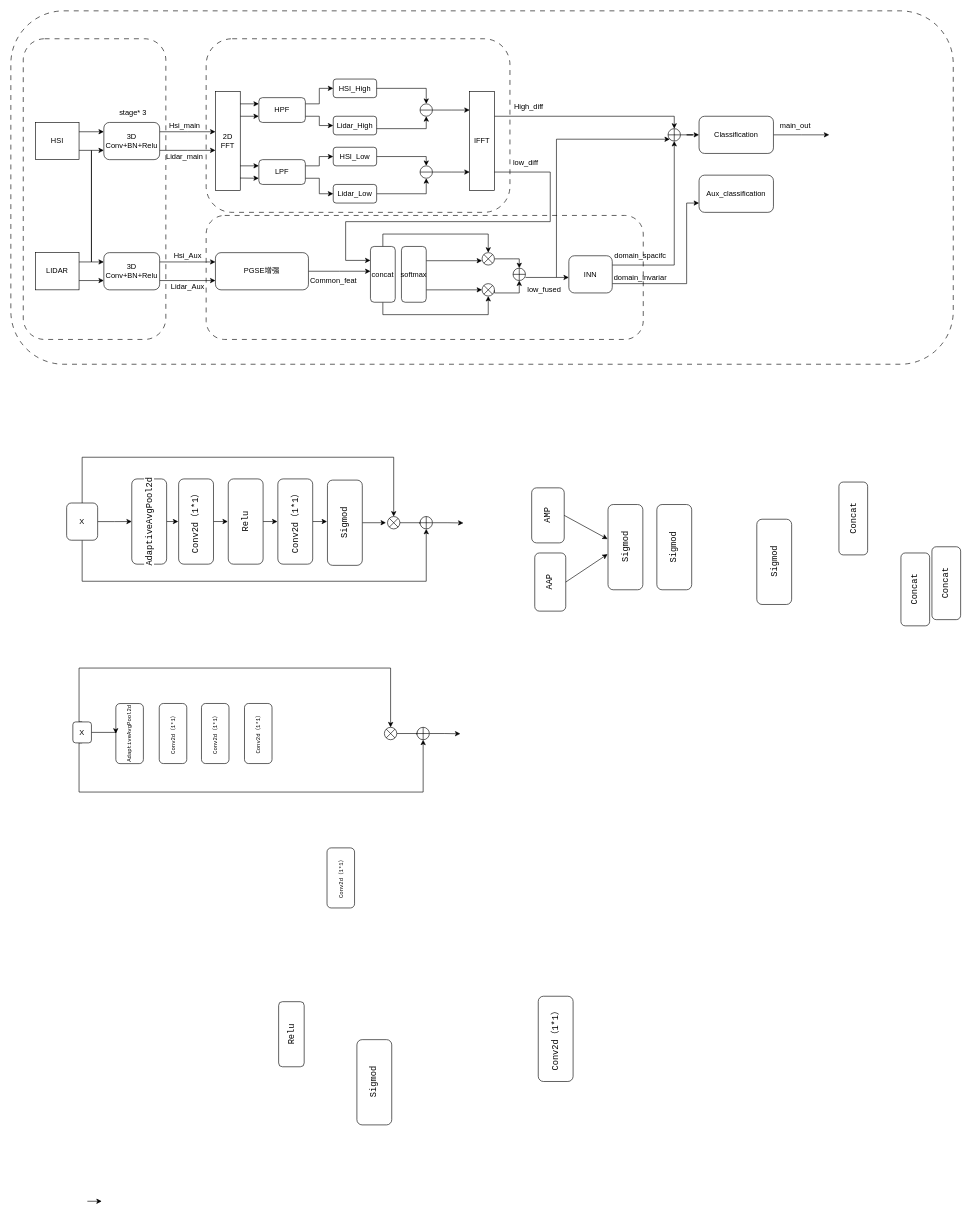
The draw.io diagram 草图.drawio in Liaoshiyao-jm/model_photoes, before the edit. Source tidied: cells renumbered, new cells numbered last; positions are measured from the earlier drawing's top-left corner, leaving out a move shared by most shapes. Both pictures are drawn from the tidied source at 62%, with x=0, y=0 at pixel (11, 11).
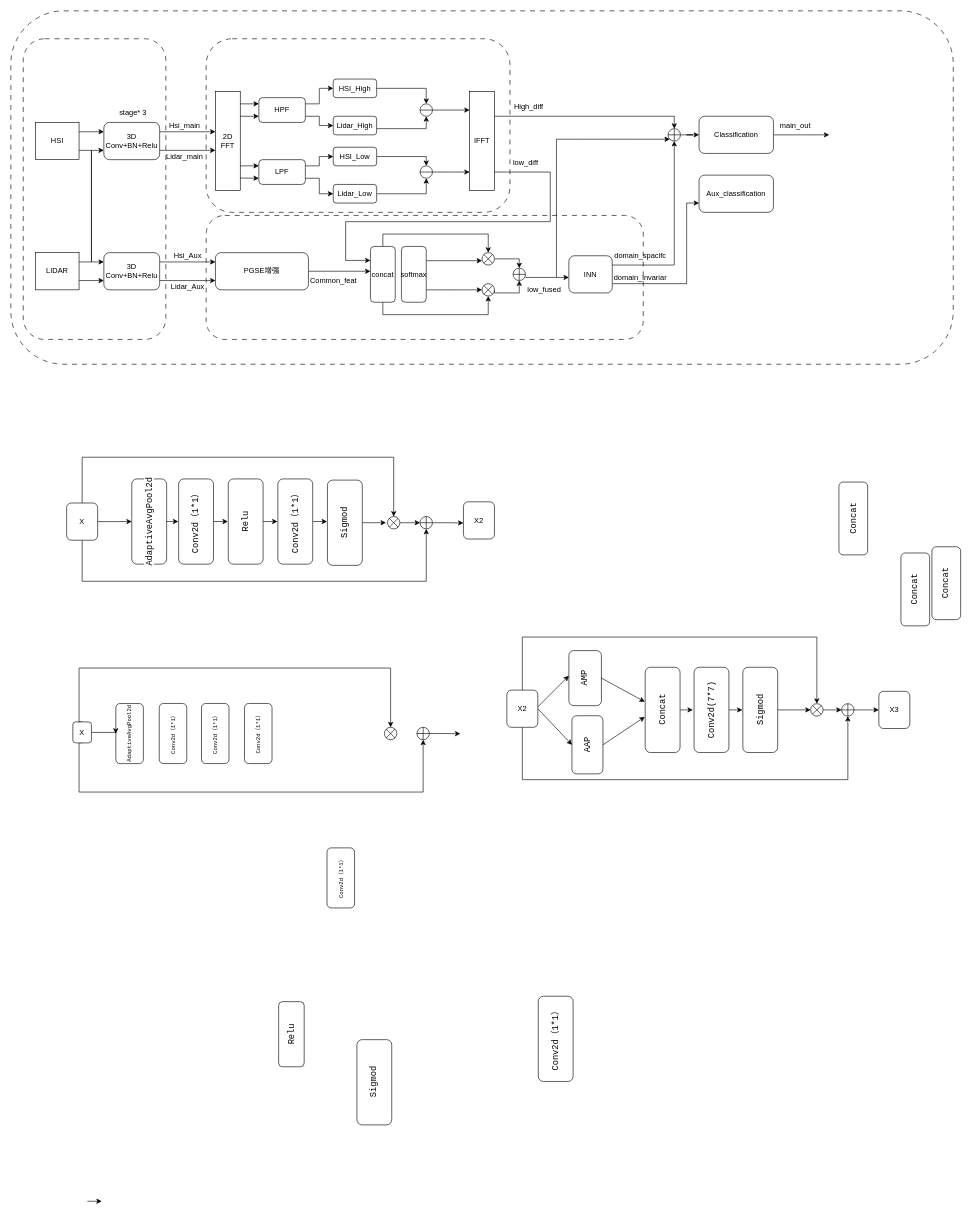
Above is the later version.

The change refers to these unchanged cells:
```xml
<mxCell id="95" style="shape=sumEllipse;perimeter=ellipsePerimeter;whiteSpace=wrap;html=1;backgroundOutline=1;rounded=1;glass=0;strokeColor=default;align=center;verticalAlign=middle;fontFamily=Helvetica;fontSize=12;fontColor=default;fillColor=default;" parent="1" vertex="1">
  <mxGeometry x="607.5" y="815.6" width="20" height="20" as="geometry" />
</mxCell>
<mxCell id="97" style="shape=orEllipse;perimeter=ellipsePerimeter;whiteSpace=wrap;html=1;backgroundOutline=1;rounded=1;glass=0;strokeColor=default;align=center;verticalAlign=middle;fontFamily=Helvetica;fontSize=12;fontColor=default;fillColor=default;" parent="1" vertex="1">
  <mxGeometry x="660" y="815.6" width="20" height="20" as="geometry" />
</mxCell>
<mxCell id="108" style="shape=sumEllipse;perimeter=ellipsePerimeter;whiteSpace=wrap;html=1;backgroundOutline=1;rounded=1;glass=0;strokeColor=default;align=center;verticalAlign=middle;fontFamily=Helvetica;fontSize=12;fontColor=default;fillColor=default;" parent="1" vertex="1">
  <mxGeometry x="602.5" y="1155.6" width="20" height="20" as="geometry" />
</mxCell>
```

Diff of the diagram source:
```diff
@@
+    <mxCell id="110" style="shape=orEllipse;perimeter=ellipsePerimeter;whiteSpace=wrap;html=1;backgroundOutline=1;rounded=1;glass=0;strokeColor=default;align=center;verticalAlign=middle;fontFamily=Helvetica;fontSize=12;fontColor=default;fillColor=default;" parent="1" vertex="1">
+      <mxGeometry x="655" y="1155.6" width="20" height="20" as="geometry" />
+    </mxCell>
@@
-    <mxCell id="94" style="edgeStyle=orthogonalEdgeStyle;rounded=0;jettySize=auto;html=1;exitX=1;exitY=0.5;exitDx=0;exitDy=0;entryX=0;entryY=0;entryDx=0;entryDy=0;fontFamily=Helvetica;fontSize=12;fontColor=default;" parent="1" edge="1" source="95" target="97">
+    <mxCell id="94" style="edgeStyle=orthogonalEdgeStyle;rounded=0;jettySize=auto;html=1;exitX=1;exitY=0.5;exitDx=0;exitDy=0;entryX=0;entryY=0.5;entryDx=0;entryDy=0;fontFamily=Helvetica;fontSize=12;fontColor=default;" parent="1" edge="1" source="95" target="97">
       <mxGeometry relative="1" as="geometry" />
     </mxCell>
@@
-    <mxCell id="107" style="edgeStyle=orthogonalEdgeStyle;rounded=0;jettySize=auto;html=1;exitX=1;exitY=0.5;exitDx=0;exitDy=0;entryX=0;entryY=0;entryDx=0;entryDy=0;fontFamily=Helvetica;fontSize=12;fontColor=default;" parent="1" edge="1" source="108" target="110">
-      <mxGeometry relative="1" as="geometry" />
-    </mxCell>
@@
-    <mxCell id="110" style="shape=orEllipse;perimeter=ellipsePerimeter;whiteSpace=wrap;html=1;backgroundOutline=1;rounded=1;glass=0;strokeColor=default;align=center;verticalAlign=middle;fontFamily=Helvetica;fontSize=12;fontColor=default;fillColor=default;" parent="1" vertex="1">
-      <mxGeometry x="655" y="1155.6" width="20" height="20" as="geometry" />
-    </mxCell>
@@
     <mxCell id="115" value="&lt;div style=&quot;line-height: 19px;&quot;&gt;&lt;font face=&quot;Consolas, Courier New, monospace&quot;&gt;&lt;span style=&quot;font-size: 14px; white-space: pre;&quot;&gt;AMP&lt;/span&gt;&lt;/font&gt;&lt;/div&gt;" style="rounded=1;whiteSpace=wrap;html=1;glass=0;strokeColor=default;align=center;verticalAlign=middle;fontFamily=Helvetica;fontSize=12;fontColor=default;fillColor=default;rotation=-90;" parent="1" vertex="1">
-      <mxGeometry x="821.9" y="787.5" width="88.8" height="52.5" as="geometry" />
+      <mxGeometry x="881.9" y="1050" width="88.8" height="52.5" as="geometry" />
     </mxCell>
@@
     <mxCell id="117" value="&lt;div style=&quot;line-height: 19px;&quot;&gt;&lt;font face=&quot;Consolas, Courier New, monospace&quot;&gt;&lt;span style=&quot;font-size: 14px; white-space: pre;&quot;&gt;AAP&lt;/span&gt;&lt;/font&gt;&lt;/div&gt;" style="rounded=1;whiteSpace=wrap;html=1;glass=0;strokeColor=default;align=center;verticalAlign=middle;fontFamily=Helvetica;fontSize=12;fontColor=default;fillColor=default;rotation=-90;" parent="1" vertex="1">
-      <mxGeometry x="823.1" y="896.3" width="93.8" height="50" as="geometry" />
+      <mxGeometry x="883.1" y="1158.8" width="93.8" height="50" as="geometry" />
     </mxCell>
     <mxCell id="118" style="endArrow=classic;html=1;rounded=0;fontFamily=Helvetica;fontSize=12;fontColor=default;exitX=0.5;exitY=1;exitDx=0;exitDy=0;" parent="1" edge="1" source="117">
       <mxGeometry relative="1" as="geometry">
-        <mxPoint x="962.5" y="876.3" as="targetPoint" />
+        <mxPoint x="1022.5" y="1138.8" as="targetPoint" />
       </mxGeometry>
     </mxCell>
     <mxCell id="119" style="endArrow=classic;html=1;rounded=0;fontFamily=Helvetica;fontSize=12;fontColor=default;exitX=0.5;exitY=1;exitDx=0;exitDy=0;" parent="1" edge="1" source="115">
       <mxGeometry relative="1" as="geometry">
-        <mxPoint x="962.5" y="851.9" as="targetPoint" />
+        <mxPoint x="1022.5" y="1114.4" as="targetPoint" />
       </mxGeometry>
     </mxCell>
@@
+    <mxCell id="125" style="edgeStyle=orthogonalEdgeStyle;rounded=0;jettySize=auto;html=1;exitX=0.5;exitY=1;exitDx=0;exitDy=0;fontFamily=Helvetica;fontSize=12;fontColor=default;" parent="1" edge="1" source="122">
+      <mxGeometry relative="1" as="geometry">
+        <mxPoint x="1100" y="1127" as="targetPoint" />
+      </mxGeometry>
+    </mxCell>
-    <mxCell id="122" value="&lt;div style=&quot;line-height: 19px;&quot;&gt;&lt;font face=&quot;Consolas, Courier New, monospace&quot;&gt;&lt;span style=&quot;font-size: 14px; white-space: pre; background-color: rgb(255, 255, 255);&quot;&gt;Sigmod&lt;/span&gt;&lt;/font&gt;&lt;/div&gt;" style="rounded=1;whiteSpace=wrap;html=1;glass=0;strokeColor=default;align=center;verticalAlign=middle;fontFamily=Helvetica;fontSize=12;fontColor=default;fillColor=default;rotation=-90;" parent="1" vertex="1">
-      <mxGeometry x="922.5" y="836.9" width="137.5" height="56.2" as="geometry" />
+    <mxCell id="122" value="&lt;div style=&quot;line-height: 19px;&quot;&gt;&lt;font face=&quot;Consolas, Courier New, monospace&quot;&gt;&lt;span style=&quot;font-size: 14px; white-space: pre; background-color: rgb(255, 255, 255);&quot;&gt;Concat&lt;/span&gt;&lt;/font&gt;&lt;/div&gt;" style="rounded=1;whiteSpace=wrap;html=1;glass=0;strokeColor=default;align=center;verticalAlign=middle;fontFamily=Helvetica;fontSize=12;fontColor=default;fillColor=default;rotation=-90;" parent="1" vertex="1">
+      <mxGeometry x="982.5" y="1099.4" width="137.5" height="56.2" as="geometry" />
     </mxCell>
+    <mxCell id="126" style="edgeStyle=orthogonalEdgeStyle;rounded=0;jettySize=auto;html=1;exitX=0.5;exitY=1;exitDx=0;exitDy=0;fontFamily=Helvetica;fontSize=12;fontColor=default;" parent="1" edge="1" source="123">
+      <mxGeometry relative="1" as="geometry">
+        <mxPoint x="1180" y="1127" as="targetPoint" />
+      </mxGeometry>
+    </mxCell>
-    <mxCell id="123" value="&lt;div style=&quot;line-height: 19px;&quot;&gt;&lt;font face=&quot;Consolas, Courier New, monospace&quot;&gt;&lt;span style=&quot;font-size: 14px; white-space: pre; background-color: rgb(255, 255, 255);&quot;&gt;Sigmod&lt;/span&gt;&lt;/font&gt;&lt;/div&gt;" style="rounded=1;whiteSpace=wrap;html=1;glass=0;strokeColor=default;align=center;verticalAlign=middle;fontFamily=Helvetica;fontSize=12;fontColor=default;fillColor=default;rotation=-90;" parent="1" vertex="1">
-      <mxGeometry x="1001.3" y="836.9" width="137.5" height="56.2" as="geometry" />
+    <mxCell id="123" value="&lt;div style=&quot;line-height: 19px;&quot;&gt;&lt;font face=&quot;Consolas, Courier New, monospace&quot;&gt;&lt;span style=&quot;font-size: 14px; white-space: pre; background-color: rgb(255, 255, 255);&quot;&gt;Conv2d(7*7)&lt;/span&gt;&lt;/font&gt;&lt;/div&gt;" style="rounded=1;whiteSpace=wrap;html=1;glass=0;strokeColor=default;align=center;verticalAlign=middle;fontFamily=Helvetica;fontSize=12;fontColor=default;fillColor=default;rotation=-90;" parent="1" vertex="1">
+      <mxGeometry x="1061.3" y="1099.4" width="137.5" height="56.2" as="geometry" />
     </mxCell>
+    <mxCell id="127" style="edgeStyle=orthogonalEdgeStyle;rounded=0;jettySize=auto;html=1;exitX=0.5;exitY=1;exitDx=0;exitDy=0;entryX=0;entryY=0.5;entryDx=0;entryDy=0;fontFamily=Helvetica;fontSize=12;fontColor=default;" parent="1" edge="1" source="124" target="129">
+      <mxGeometry relative="1" as="geometry" />
+    </mxCell>
     <mxCell id="124" value="&lt;div style=&quot;line-height: 19px;&quot;&gt;&lt;font face=&quot;Consolas, Courier New, monospace&quot;&gt;&lt;span style=&quot;font-size: 14px; white-space: pre; background-color: rgb(255, 255, 255);&quot;&gt;Sigmod&lt;/span&gt;&lt;/font&gt;&lt;/div&gt;" style="rounded=1;whiteSpace=wrap;html=1;glass=0;strokeColor=default;align=center;verticalAlign=middle;fontFamily=Helvetica;fontSize=12;fontColor=default;fillColor=default;rotation=-90;" parent="1" vertex="1">
-      <mxGeometry x="1162.5" y="860.6" width="137.5" height="56.2" as="geometry" />
+      <mxGeometry x="1140" y="1099.4" width="137.5" height="56.2" as="geometry" />
     </mxCell>
+    <mxCell id="128" style="edgeStyle=orthogonalEdgeStyle;rounded=0;jettySize=auto;html=1;exitX=1;exitY=0.5;exitDx=0;exitDy=0;entryX=0;entryY=0.5;entryDx=0;entryDy=0;fontFamily=Helvetica;fontSize=12;fontColor=default;" parent="1" edge="1" source="129" target="137">
+      <mxGeometry relative="1" as="geometry" />
+    </mxCell>
+    <mxCell id="129" style="shape=sumEllipse;perimeter=ellipsePerimeter;whiteSpace=wrap;html=1;backgroundOutline=1;rounded=1;glass=0;strokeColor=default;align=center;verticalAlign=middle;fontFamily=Helvetica;fontSize=12;fontColor=default;fillColor=default;" parent="1" vertex="1">
+      <mxGeometry x="1290" y="1117.5" width="20" height="20" as="geometry" />
+    </mxCell>
+    <mxCell id="130" style="edgeStyle=orthogonalEdgeStyle;rounded=0;jettySize=auto;html=1;exitX=0.5;exitY=0;exitDx=0;exitDy=0;entryX=0.5;entryY=0;entryDx=0;entryDy=0;fontFamily=Helvetica;fontSize=12;fontColor=default;" parent="1" edge="1" source="132" target="129">
+      <mxGeometry relative="1" as="geometry">
+        <Array as="points">
+          <mxPoint x="825" y="1010" />
+          <mxPoint x="1300" y="1010" />
+        </Array>
+      </mxGeometry>
+    </mxCell>
+    <mxCell id="131" style="edgeStyle=orthogonalEdgeStyle;rounded=0;jettySize=auto;html=1;exitX=0.5;exitY=1;exitDx=0;exitDy=0;entryX=0.5;entryY=1;entryDx=0;entryDy=0;fontFamily=Helvetica;fontSize=12;fontColor=default;" parent="1" edge="1" source="132" target="137">
+      <mxGeometry relative="1" as="geometry">
+        <Array as="points">
+          <mxPoint x="825" y="1240" />
+          <mxPoint x="1350" y="1240" />
+        </Array>
+      </mxGeometry>
+    </mxCell>
+    <mxCell id="132" value="X2" style="rounded=1;whiteSpace=wrap;html=1;glass=0;strokeColor=default;align=center;verticalAlign=middle;fontFamily=Helvetica;fontSize=12;fontColor=default;fillColor=default;" parent="1" vertex="1">
+      <mxGeometry x="800" y="1095.6" width="50" height="60" as="geometry" />
+    </mxCell>
+    <mxCell id="133" style="endArrow=classic;html=1;rounded=0;fontFamily=Helvetica;fontSize=12;fontColor=default;exitX=1;exitY=0.5;exitDx=0;exitDy=0;entryX=0.5;entryY=0;entryDx=0;entryDy=0;" parent="1" edge="1" source="132" target="117">
+      <mxGeometry relative="1" as="geometry" />
+    </mxCell>
+    <mxCell id="134" style="endArrow=classic;html=1;rounded=0;fontFamily=Helvetica;fontSize=12;fontColor=default;" parent="1" edge="1">
+      <mxGeometry relative="1" as="geometry">
+        <mxPoint x="850" y="1122.5" as="sourcePoint" />
+        <mxPoint x="900" y="1072.5" as="targetPoint" />
+      </mxGeometry>
+    </mxCell>
+    <mxCell id="135" value="X2" style="rounded=1;whiteSpace=wrap;html=1;glass=0;strokeColor=default;align=center;verticalAlign=middle;fontFamily=Helvetica;fontSize=12;fontColor=default;fillColor=default;" parent="1" vertex="1">
+      <mxGeometry x="730" y="791.9" width="50" height="60" as="geometry" />
+    </mxCell>
+    <mxCell id="136" style="edgeStyle=orthogonalEdgeStyle;rounded=0;jettySize=auto;html=1;exitX=1;exitY=0.5;exitDx=0;exitDy=0;entryX=0;entryY=0.5;entryDx=0;entryDy=0;fontFamily=Helvetica;fontSize=12;fontColor=default;" parent="1" edge="1" source="137" target="138">
+      <mxGeometry relative="1" as="geometry" />
+    </mxCell>
+    <mxCell id="137" style="shape=orEllipse;perimeter=ellipsePerimeter;whiteSpace=wrap;html=1;backgroundOutline=1;rounded=1;glass=0;strokeColor=default;align=center;verticalAlign=middle;fontFamily=Helvetica;fontSize=12;fontColor=default;fillColor=default;" parent="1" vertex="1">
+      <mxGeometry x="1340" y="1117.5" width="20" height="20" as="geometry" />
+    </mxCell>
+    <mxCell id="138" value="X3" style="rounded=1;whiteSpace=wrap;html=1;glass=0;strokeColor=default;align=center;verticalAlign=middle;fontFamily=Helvetica;fontSize=12;fontColor=default;fillColor=default;" parent="1" vertex="1">
+      <mxGeometry x="1400" y="1097.5" width="50" height="60" as="geometry" />
+    </mxCell>
```
